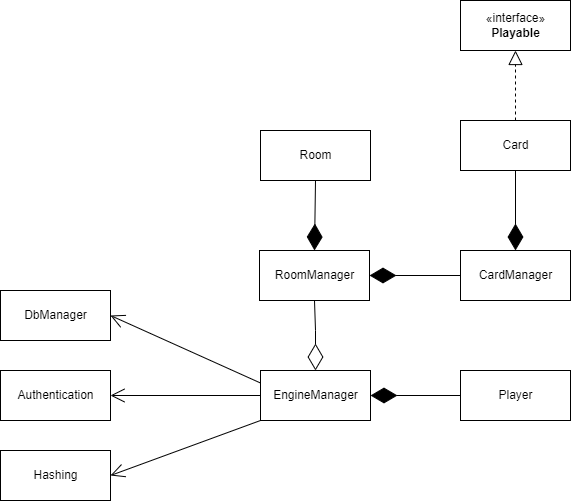
Earlier version of the draw.io export Diagrammer/Design Diagram.drawio.png (Olivervesth/KortKlubben). Source tidied: cells renumbered, new cells last; positions are measured from the earlier drawing's top-left corner, leaving out a move shared by most shapes. Source of this version:
```xml
<mxGraphModel>
  <root>
    <mxCell id="0" />
    <mxCell id="1" parent="0" />
    <mxCell id="2" value="«interface»&lt;br&gt;&lt;b&gt;Playable&lt;/b&gt;" style="html=1;" parent="1" vertex="1">
      <mxGeometry x="460" width="110" height="50" as="geometry" />
    </mxCell>
    <mxCell id="3" value="Card" style="html=1;" parent="1" vertex="1">
      <mxGeometry x="460" y="120" width="110" height="50" as="geometry" />
    </mxCell>
    <mxCell id="4" value="Room" style="html=1;" parent="1" vertex="1">
      <mxGeometry x="260" y="130" width="110" height="50" as="geometry" />
    </mxCell>
    <mxCell id="5" value="Hashing" style="html=1;" parent="1" vertex="1">
      <mxGeometry y="450" width="110" height="50" as="geometry" />
    </mxCell>
    <mxCell id="6" style="endArrow=block;dashed=1;endFill=0;endSize=12;html=1;rounded=0;exitX=0.5;exitY=0;exitDx=0;exitDy=0;entryX=0.5;entryY=1;entryDx=0;entryDy=0;" parent="1" edge="1" source="3" target="2">
      <mxGeometry relative="1" as="geometry" />
    </mxCell>
    <mxCell id="7" value="RoomManager" style="html=1;" parent="1" vertex="1">
      <mxGeometry x="259" y="250" width="110" height="50" as="geometry" />
    </mxCell>
    <mxCell id="8" value="Player" style="html=1;" parent="1" vertex="1">
      <mxGeometry x="460" y="370" width="110" height="50" as="geometry" />
    </mxCell>
    <mxCell id="9" style="endArrow=diamondThin;endFill=1;endSize=24;html=1;rounded=0;entryX=0.5;entryY=0;entryDx=0;entryDy=0;exitX=0.5;exitY=1;exitDx=0;exitDy=0;" parent="1" edge="1" source="4" target="7">
      <mxGeometry relative="1" as="geometry" />
    </mxCell>
    <mxCell id="10" value="Authentication" style="html=1;" parent="1" vertex="1">
      <mxGeometry y="370" width="110" height="50" as="geometry" />
    </mxCell>
    <mxCell id="11" value="CardManager" style="html=1;" parent="1" vertex="1">
      <mxGeometry x="460" y="250" width="110" height="50" as="geometry" />
    </mxCell>
    <mxCell id="12" style="endArrow=diamondThin;endFill=1;endSize=24;html=1;rounded=0;entryX=0.5;entryY=0;entryDx=0;entryDy=0;exitX=0.5;exitY=1;exitDx=0;exitDy=0;" parent="1" edge="1" source="3" target="11">
      <mxGeometry relative="1" as="geometry" />
    </mxCell>
    <mxCell id="13" value="DbManager" style="html=1;" parent="1" vertex="1">
      <mxGeometry y="290" width="110" height="50" as="geometry" />
    </mxCell>
    <mxCell id="14" value="EngineManager" style="html=1;" parent="1" vertex="1">
      <mxGeometry x="260" y="370" width="110" height="50" as="geometry" />
    </mxCell>
    <mxCell id="15" style="endArrow=diamondThin;endFill=0;endSize=24;html=1;rounded=0;entryX=0.5;entryY=0;entryDx=0;entryDy=0;exitX=0.5;exitY=1;exitDx=0;exitDy=0;" parent="1" edge="1" source="7" target="14">
      <mxGeometry relative="1" as="geometry">
        <Array as="points">
          <mxPoint x="315" y="330" />
        </Array>
      </mxGeometry>
    </mxCell>
    <mxCell id="16" style="endArrow=diamondThin;endFill=1;endSize=24;html=1;rounded=0;entryX=1;entryY=0.5;entryDx=0;entryDy=0;exitX=0;exitY=0.5;exitDx=0;exitDy=0;" parent="1" edge="1" source="11" target="7">
      <mxGeometry relative="1" as="geometry" />
    </mxCell>
    <mxCell id="17" style="endArrow=open;endFill=1;endSize=12;html=1;rounded=0;exitX=0;exitY=0.25;exitDx=0;exitDy=0;entryX=1;entryY=0.5;entryDx=0;entryDy=0;" parent="1" edge="1" source="14" target="13">
      <mxGeometry relative="1" as="geometry" />
    </mxCell>
    <mxCell id="18" style="endArrow=open;endFill=1;endSize=12;html=1;rounded=0;exitX=0;exitY=0.5;exitDx=0;exitDy=0;entryX=1;entryY=0.5;entryDx=0;entryDy=0;" parent="1" edge="1" source="14" target="10">
      <mxGeometry relative="1" as="geometry" />
    </mxCell>
    <mxCell id="19" style="endArrow=open;endFill=1;endSize=12;html=1;rounded=0;exitX=0;exitY=1;exitDx=0;exitDy=0;entryX=1;entryY=0.5;entryDx=0;entryDy=0;" parent="1" edge="1" source="14" target="5">
      <mxGeometry relative="1" as="geometry" />
    </mxCell>
    <mxCell id="20" style="endArrow=diamondThin;endFill=1;endSize=24;html=1;rounded=0;entryX=1;entryY=0.5;entryDx=0;entryDy=0;exitX=0;exitY=0.5;exitDx=0;exitDy=0;" parent="1" edge="1" source="8" target="14">
      <mxGeometry relative="1" as="geometry" />
    </mxCell>
  </root>
</mxGraphModel>
```
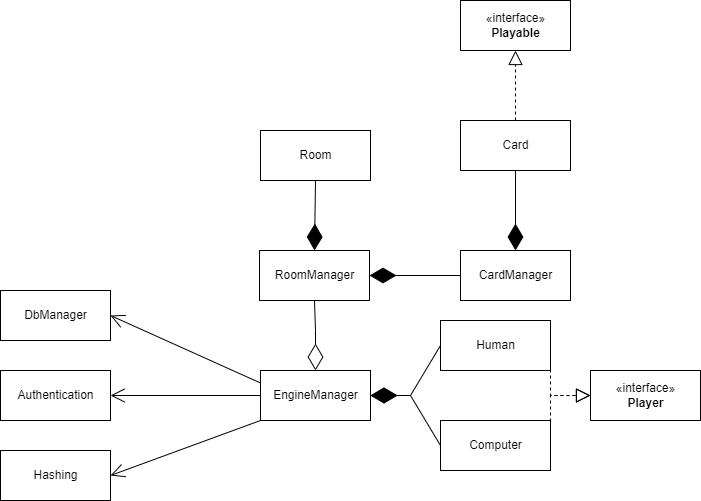
Above is the later version.

Change to the diagram source:
```diff
@@ -20,8 +20,8 @@
     <mxCell id="7" value="RoomManager" style="html=1;" parent="1" vertex="1">
       <mxGeometry x="259" y="250" width="110" height="50" as="geometry" />
     </mxCell>
-    <mxCell id="8" value="Player" style="html=1;" parent="1" vertex="1">
-      <mxGeometry x="460" y="370" width="110" height="50" as="geometry" />
+    <mxCell id="8" value="Human" style="html=1;" parent="1" vertex="1">
+      <mxGeometry x="440" y="320" width="110" height="50" as="geometry" />
     </mxCell>
     <mxCell id="9" style="endArrow=diamondThin;endFill=1;endSize=24;html=1;rounded=0;entryX=0.5;entryY=0;entryDx=0;entryDy=0;exitX=0.5;exitY=1;exitDx=0;exitDy=0;" parent="1" edge="1" source="4" target="7">
       <mxGeometry relative="1" as="geometry" />
@@ -61,7 +61,38 @@
       <mxGeometry relative="1" as="geometry" />
     </mxCell>
     <mxCell id="20" style="endArrow=diamondThin;endFill=1;endSize=24;html=1;rounded=0;entryX=1;entryY=0.5;entryDx=0;entryDy=0;exitX=0;exitY=0.5;exitDx=0;exitDy=0;" parent="1" edge="1" source="8" target="14">
-      <mxGeometry relative="1" as="geometry" />
+      <mxGeometry relative="1" as="geometry">
+        <Array as="points">
+          <mxPoint x="410" y="395" />
+        </Array>
+      </mxGeometry>
     </mxCell>
+    <mxCell id="21" value="«interface»&lt;br&gt;&lt;b&gt;Player&lt;/b&gt;" style="html=1;" parent="1" vertex="1">
+      <mxGeometry x="590" y="370" width="110" height="50" as="geometry" />
+    </mxCell>
+    <mxCell id="22" value="Computer" style="html=1;" parent="1" vertex="1">
+      <mxGeometry x="440" y="420" width="110" height="50" as="geometry" />
+    </mxCell>
+    <mxCell id="23" style="endArrow=diamondThin;endFill=1;endSize=24;html=1;rounded=0;fontFamily=Helvetica;fontSize=12;fontColor=default;entryX=1;entryY=0.5;entryDx=0;entryDy=0;exitX=0;exitY=0.5;exitDx=0;exitDy=0;" parent="1" edge="1" source="22" target="14">
+      <mxGeometry relative="1" as="geometry">
+        <Array as="points">
+          <mxPoint x="410" y="395" />
+        </Array>
+      </mxGeometry>
+    </mxCell>
+    <mxCell id="24" style="endArrow=block;dashed=1;endFill=0;endSize=12;html=1;rounded=0;fontFamily=Helvetica;fontSize=12;fontColor=default;exitX=1;exitY=0.5;exitDx=0;exitDy=0;entryX=0;entryY=0.5;entryDx=0;entryDy=0;" parent="1" edge="1" source="8" target="21">
+      <mxGeometry relative="1" as="geometry">
+        <Array as="points">
+          <mxPoint x="550" y="395" />
+        </Array>
+      </mxGeometry>
+    </mxCell>
+    <mxCell id="25" style="endArrow=block;dashed=1;endFill=0;endSize=12;html=1;rounded=0;fontFamily=Helvetica;fontSize=12;fontColor=default;exitX=1;exitY=0.5;exitDx=0;exitDy=0;entryX=0;entryY=0.5;entryDx=0;entryDy=0;" parent="1" edge="1" source="22" target="21">
+      <mxGeometry relative="1" as="geometry">
+        <Array as="points">
+          <mxPoint x="550" y="395" />
+        </Array>
+      </mxGeometry>
+    </mxCell>
   </root>
 </mxGraphModel>
```
